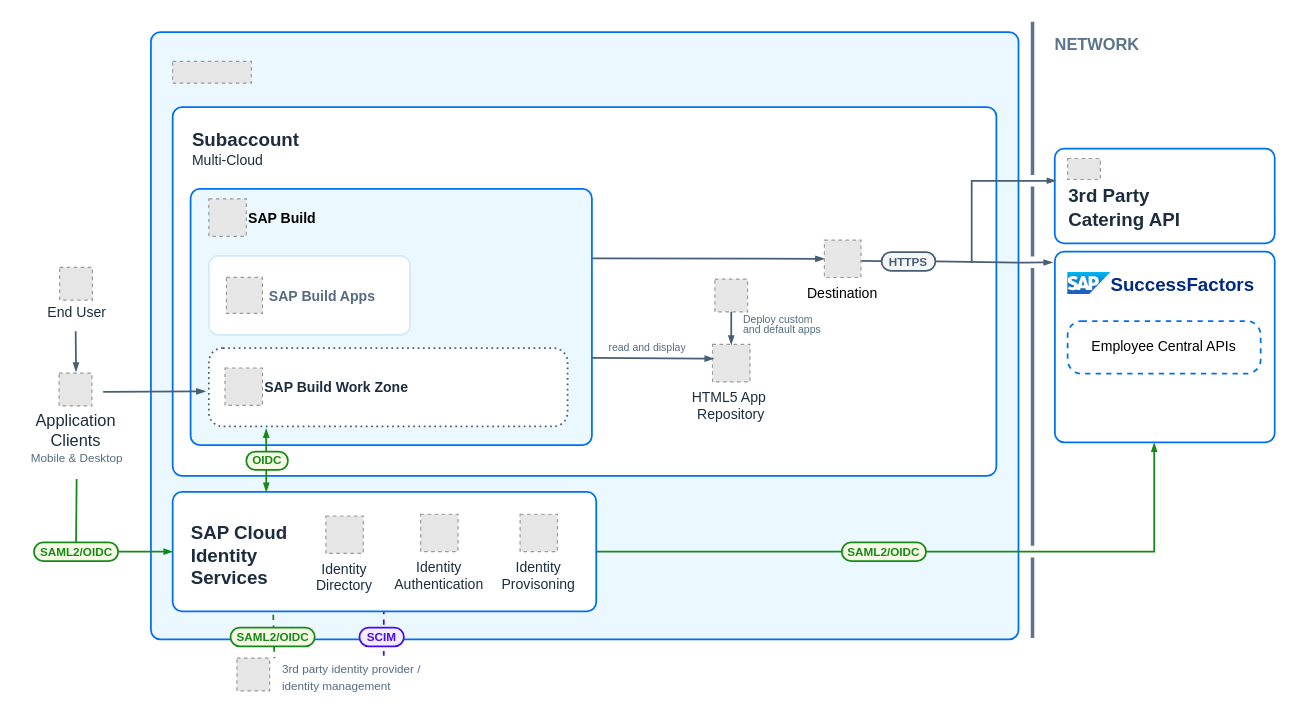
SAP-samples/build-apps-hcm-sf-mobile-app keeps this draw.io diagram as chart.drawio. Above is the earlier version. Source tidied: cells renumbered, new cells numbered last; positions are measured from the earlier drawing's top-left corner, leaving out a move shared by most shapes. Both pictures are drawn from the tidied source at 117%, with x=0, y=0 at pixel (19, 21). Pictures stored in the file or linked from it are replaced by grey dashed boxes.
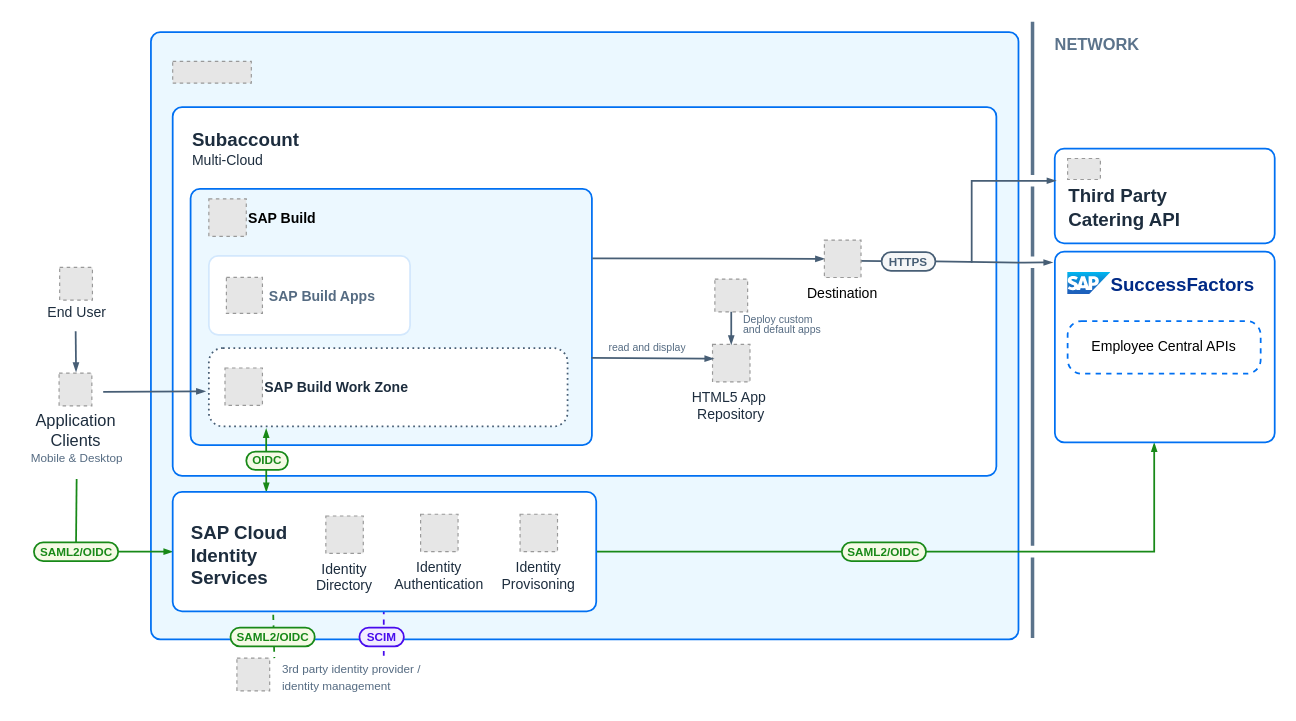
The same diagram, later.

Commit message (it also covers changes not shown here):
Third Party term change

Diff of the diagram source:
```diff
@@
-    <mxCell id="25" value="&lt;font face=&quot;arial&quot;&gt;&lt;span style=&quot;font-size: 16px;&quot;&gt;&lt;b&gt;3rd Party&amp;nbsp;&lt;/b&gt;&lt;/span&gt;&lt;/font&gt;&lt;div&gt;&lt;font face=&quot;arial&quot;&gt;&lt;span style=&quot;font-size: 16px;&quot;&gt;&lt;b&gt;Catering API&lt;/b&gt;&lt;/span&gt;&lt;/font&gt;&lt;/div&gt;" style="text;html=1;align=left;verticalAlign=middle;strokeColor=none;fillColor=none;fontSize=12;fontColor=#1d2d3e;fontFamily=Helvetica;" parent="1" vertex="1">
+    <mxCell id="25" value="&lt;font face=&quot;arial&quot;&gt;&lt;span style=&quot;font-size: 16px;&quot;&gt;&lt;b&gt;Third Party&amp;nbsp;&lt;/b&gt;&lt;/span&gt;&lt;/font&gt;&lt;div&gt;&lt;font face=&quot;arial&quot;&gt;&lt;span style=&quot;font-size: 16px;&quot;&gt;&lt;b&gt;Catering API&lt;/b&gt;&lt;/span&gt;&lt;/font&gt;&lt;/div&gt;" style="text;html=1;align=left;verticalAlign=middle;strokeColor=none;fillColor=none;fontSize=12;fontColor=#1d2d3e;fontFamily=Helvetica;" parent="1" vertex="1">
       <mxGeometry x="895.1" y="133.5" width="113" height="50" as="geometry" />
     </mxCell>
```
